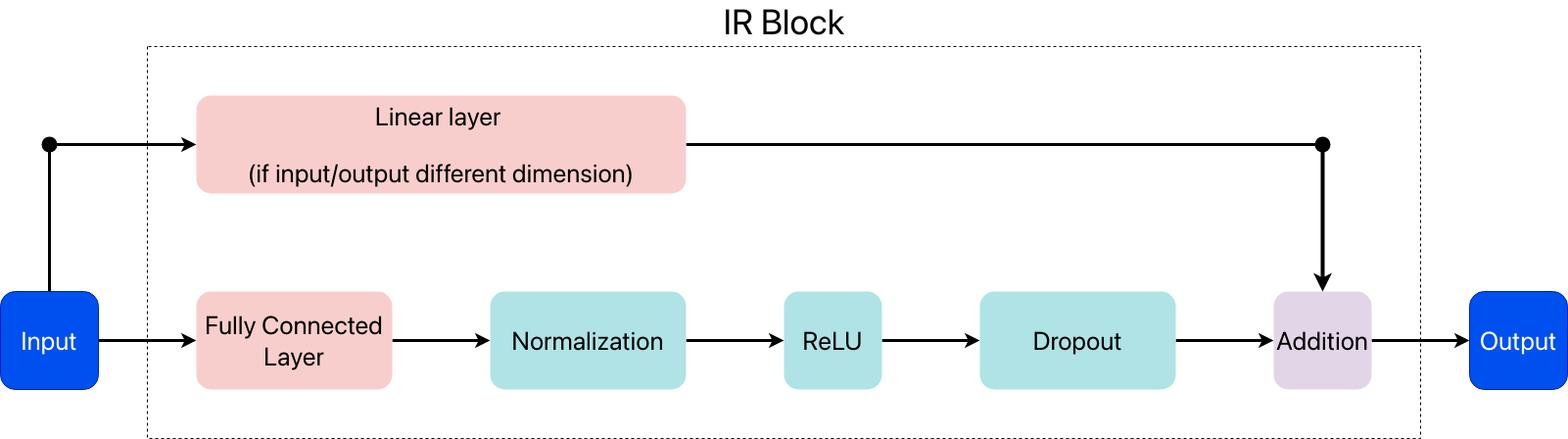
nicholas-miklaucic/ood-materials keeps this draw.io diagram as figs/irnet.png. Above is the earlier version. Source tidied: cells renumbered, new cells last; positions are measured from the earlier drawing's top-left corner, leaving out a move shared by most shapes.
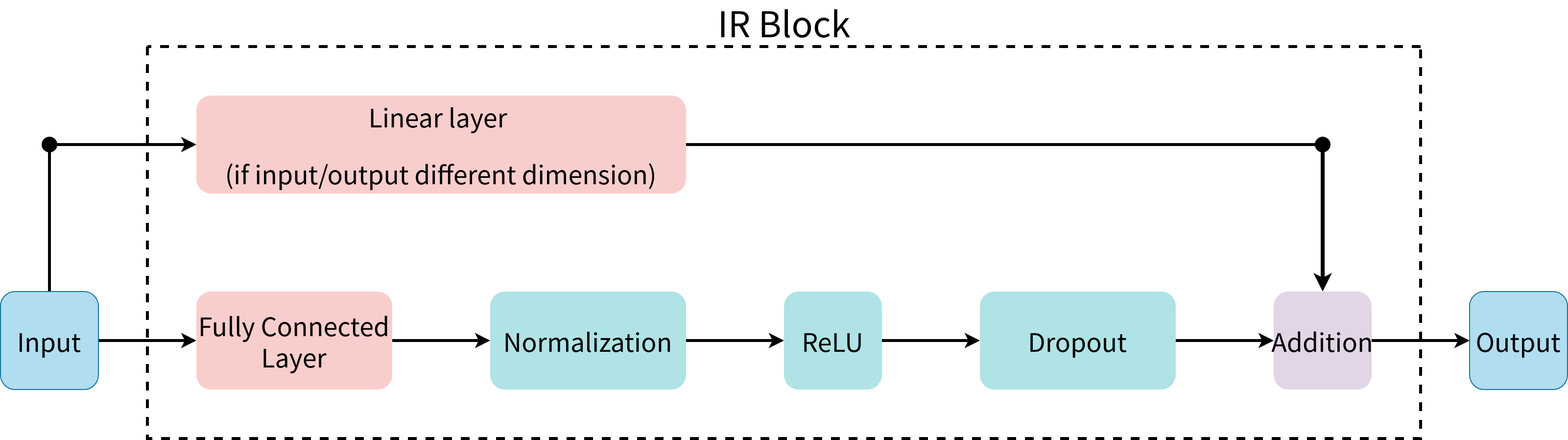
Above is the later version.

Diff of the diagram source:
```diff
@@ -2,67 +2,67 @@
   <root>
     <mxCell id="0" />
     <mxCell id="1" parent="0" />
-    <mxCell id="2" style="edgeStyle=none;html=1;strokeWidth=3;fontFamily=SF Pro Display;fontSize=26;fontStyle=0;" parent="1" edge="1" source="4" target="6">
+    <mxCell id="2" style="edgeStyle=none;html=1;strokeWidth=3;fontFamily=Source Han Sans JP;fontSize=26;fontStyle=0;rounded=1;" parent="1" edge="1" source="4" target="6">
       <mxGeometry relative="1" as="geometry" />
     </mxCell>
-    <mxCell id="3" style="html=1;strokeWidth=3;fontFamily=SF Pro Display;fontSize=26;endArrow=none;endFill=0;fontStyle=0;" parent="1" edge="1" source="4" target="21">
+    <mxCell id="3" style="html=1;strokeWidth=3;fontFamily=Source Han Sans JP;fontSize=26;endArrow=none;endFill=0;fontStyle=0;rounded=1;" parent="1" edge="1" source="4" target="21">
       <mxGeometry relative="1" as="geometry" />
     </mxCell>
-    <mxCell id="4" value="&lt;p style=&quot;font-size: 26px;&quot;&gt;Input&lt;/p&gt;" style="rounded=1;whiteSpace=wrap;html=1;fontSize=26;fillColor=#0050ef;fontColor=#ffffff;strokeColor=#001DBC;fontFamily=SF Pro Display;fontStyle=0;" parent="1" vertex="1">
+    <mxCell id="4" value="&lt;p style=&quot;font-size: 26px;&quot;&gt;Input&lt;/p&gt;" style="rounded=1;whiteSpace=wrap;html=1;fontSize=26;fillColor=#b1ddf0;strokeColor=#10739e;fontFamily=Source Han Sans JP;fontStyle=0;" parent="1" vertex="1">
       <mxGeometry y="250" width="100" height="100" as="geometry" />
     </mxCell>
-    <mxCell id="5" style="edgeStyle=none;html=1;strokeWidth=3;fontFamily=SF Pro Display;fontSize=26;fontStyle=0;" parent="1" edge="1" source="6" target="8">
+    <mxCell id="5" style="edgeStyle=none;html=1;strokeWidth=3;fontFamily=Source Han Sans JP;fontSize=26;fontStyle=0;rounded=1;" parent="1" edge="1" source="6" target="8">
       <mxGeometry relative="1" as="geometry" />
     </mxCell>
-    <mxCell id="6" value="&lt;p style=&quot;font-size: 26px;&quot;&gt;Fully Connected Layer&lt;/p&gt;" style="rounded=1;whiteSpace=wrap;html=1;fontSize=26;fillColor=#f8cecc;strokeColor=none;fontFamily=SF Pro Display;fontStyle=0;" parent="1" vertex="1">
+    <mxCell id="6" value="&lt;p style=&quot;font-size: 26px;&quot;&gt;Fully Connected Layer&lt;/p&gt;" style="rounded=1;whiteSpace=wrap;html=1;fontSize=26;fillColor=#f8cecc;strokeColor=none;fontFamily=Source Han Sans JP;fontStyle=0;" parent="1" vertex="1">
       <mxGeometry x="200" y="250" width="200" height="100" as="geometry" />
     </mxCell>
-    <mxCell id="7" style="edgeStyle=none;html=1;strokeWidth=3;fontFamily=SF Pro Display;fontSize=26;fontStyle=0;" parent="1" edge="1" source="8" target="10">
+    <mxCell id="7" style="edgeStyle=none;html=1;strokeWidth=3;fontFamily=Source Han Sans JP;fontSize=26;fontStyle=0;rounded=1;" parent="1" edge="1" source="8" target="10">
       <mxGeometry relative="1" as="geometry" />
     </mxCell>
-    <mxCell id="8" value="&lt;p style=&quot;font-size: 26px;&quot;&gt;Normalization&lt;/p&gt;" style="rounded=1;whiteSpace=wrap;html=1;fontSize=26;fillColor=#b0e3e6;strokeColor=none;fontFamily=SF Pro Display;fontStyle=0;" parent="1" vertex="1">
+    <mxCell id="8" value="&lt;p style=&quot;font-size: 26px;&quot;&gt;Normalization&lt;/p&gt;" style="rounded=1;whiteSpace=wrap;html=1;fontSize=26;fillColor=#b0e3e6;strokeColor=none;fontFamily=Source Han Sans JP;fontStyle=0;" parent="1" vertex="1">
       <mxGeometry x="500" y="250" width="200" height="100" as="geometry" />
     </mxCell>
-    <mxCell id="9" style="edgeStyle=none;html=1;strokeWidth=3;fontFamily=SF Pro Display;fontSize=26;fontStyle=0;" parent="1" edge="1" source="10" target="13">
+    <mxCell id="9" style="edgeStyle=none;html=1;strokeWidth=3;fontFamily=Source Han Sans JP;fontSize=26;fontStyle=0;rounded=1;" parent="1" edge="1" source="10" target="13">
       <mxGeometry relative="1" as="geometry" />
     </mxCell>
-    <mxCell id="10" value="&lt;p style=&quot;font-size: 26px;&quot;&gt;ReLU&lt;/p&gt;" style="rounded=1;whiteSpace=wrap;html=1;fontSize=26;fillColor=#b0e3e6;strokeColor=none;fontFamily=SF Pro Display;fontStyle=0;" parent="1" vertex="1">
+    <mxCell id="10" value="&lt;p style=&quot;font-size: 26px;&quot;&gt;ReLU&lt;/p&gt;" style="rounded=1;whiteSpace=wrap;html=1;fontSize=26;fillColor=#b0e3e6;strokeColor=none;fontFamily=Source Han Sans JP;fontStyle=0;" parent="1" vertex="1">
       <mxGeometry x="800" y="250" width="100" height="100" as="geometry" />
     </mxCell>
-    <mxCell id="11" value="&lt;p style=&quot;font-size: 26px;&quot;&gt;Output&lt;/p&gt;" style="rounded=1;whiteSpace=wrap;html=1;fontSize=26;fillColor=#0050ef;fontColor=#ffffff;strokeColor=#001DBC;fontFamily=SF Pro Display;fontStyle=0;" parent="1" vertex="1">
+    <mxCell id="11" value="&lt;p style=&quot;font-size: 26px;&quot;&gt;Output&lt;/p&gt;" style="rounded=1;whiteSpace=wrap;html=1;fontSize=26;fillColor=#b1ddf0;strokeColor=#10739e;fontFamily=Source Han Sans JP;fontStyle=0;" parent="1" vertex="1">
       <mxGeometry x="1500" y="250" width="100" height="100" as="geometry" />
     </mxCell>
-    <mxCell id="12" style="edgeStyle=none;html=1;strokeWidth=3;fontFamily=SF Pro Display;fontSize=26;fontStyle=0;" parent="1" edge="1" source="13" target="15">
+    <mxCell id="12" style="edgeStyle=none;html=1;strokeWidth=3;fontFamily=Source Han Sans JP;fontSize=26;fontStyle=0;rounded=1;" parent="1" edge="1" source="13" target="15">
       <mxGeometry relative="1" as="geometry" />
     </mxCell>
-    <mxCell id="13" value="&lt;p style=&quot;font-size: 26px;&quot;&gt;Dropout&lt;/p&gt;" style="rounded=1;whiteSpace=wrap;html=1;fontSize=26;fillColor=#b0e3e6;strokeColor=none;fontFamily=SF Pro Display;fontStyle=0;" parent="1" vertex="1">
+    <mxCell id="13" value="&lt;p style=&quot;font-size: 26px;&quot;&gt;Dropout&lt;/p&gt;" style="rounded=1;whiteSpace=wrap;html=1;fontSize=26;fillColor=#b0e3e6;strokeColor=none;fontFamily=Source Han Sans JP;fontStyle=0;" parent="1" vertex="1">
       <mxGeometry x="1000" y="250" width="200" height="100" as="geometry" />
     </mxCell>
-    <mxCell id="14" style="edgeStyle=none;html=1;strokeWidth=3;fontFamily=SF Pro Display;fontSize=26;fontStyle=0;" parent="1" edge="1" source="15" target="11">
+    <mxCell id="14" style="edgeStyle=none;html=1;strokeWidth=3;fontFamily=Source Han Sans JP;fontSize=26;fontStyle=0;rounded=1;" parent="1" edge="1" source="15" target="11">
       <mxGeometry relative="1" as="geometry" />
     </mxCell>
-    <mxCell id="15" value="&lt;p style=&quot;font-size: 26px;&quot;&gt;Addition&lt;/p&gt;" style="rounded=1;whiteSpace=wrap;html=1;fontSize=26;fillColor=#e1d5e7;strokeColor=none;fontFamily=SF Pro Display;fontStyle=0;" parent="1" vertex="1">
+    <mxCell id="15" value="&lt;p style=&quot;font-size: 26px;&quot;&gt;Addition&lt;/p&gt;" style="rounded=1;whiteSpace=wrap;html=1;fontSize=26;fillColor=#e1d5e7;strokeColor=none;fontFamily=Source Han Sans JP;fontStyle=0;" parent="1" vertex="1">
       <mxGeometry x="1300" y="250" width="100" height="100" as="geometry" />
     </mxCell>
-    <mxCell id="16" style="edgeStyle=none;html=1;strokeWidth=3;fontFamily=SF Pro Display;fontSize=26;endArrow=none;endFill=0;fontStyle=0;" parent="1" edge="1" source="17" target="19">
+    <mxCell id="16" style="edgeStyle=none;html=1;strokeWidth=3;fontFamily=Source Han Sans JP;fontSize=26;endArrow=none;endFill=0;fontStyle=0;rounded=1;" parent="1" edge="1" source="17" target="19">
       <mxGeometry relative="1" as="geometry" />
     </mxCell>
-    <mxCell id="17" value="&lt;p style=&quot;font-size: 26px;&quot;&gt;Linear layer&amp;nbsp;&lt;/p&gt;&lt;p style=&quot;font-size: 26px;&quot;&gt;(if input/output different dimension)&lt;/p&gt;" style="rounded=1;whiteSpace=wrap;html=1;fontSize=26;fillColor=#f8cecc;strokeColor=none;fontFamily=SF Pro Display;fontStyle=0;" parent="1" vertex="1">
+    <mxCell id="17" value="&lt;p style=&quot;font-size: 26px;&quot;&gt;Linear layer&amp;nbsp;&lt;/p&gt;&lt;p style=&quot;font-size: 26px;&quot;&gt;(if input/output different dimension)&lt;/p&gt;" style="rounded=1;whiteSpace=wrap;html=1;fontSize=26;fillColor=#f8cecc;strokeColor=none;fontFamily=Source Han Sans JP;fontStyle=0;" parent="1" vertex="1">
       <mxGeometry x="200" y="50" width="500" height="100" as="geometry" />
     </mxCell>
-    <mxCell id="18" style="edgeStyle=none;html=1;entryX=0.5;entryY=0;entryDx=0;entryDy=0;strokeWidth=4;fontFamily=SF Pro Display;fontSize=26;fontStyle=0;" parent="1" edge="1" source="19" target="15">
+    <mxCell id="18" style="edgeStyle=none;html=1;entryX=0.5;entryY=0;entryDx=0;entryDy=0;strokeWidth=4;fontFamily=Source Han Sans JP;fontSize=26;fontStyle=0;rounded=1;" parent="1" edge="1" source="19" target="15">
       <mxGeometry relative="1" as="geometry" />
     </mxCell>
-    <mxCell id="19" style="shape=waypoint;sketch=0;size=6;points=[];fillColor=default;perimeter=centerPerimeter;snapToPoint=1;fontSize=26;rounded=1;strokeWidth=6;fontFamily=SF Pro Display;fontStyle=0;" parent="1" vertex="1">
+    <mxCell id="19" style="shape=waypoint;sketch=0;size=6;points=[];fillColor=default;perimeter=centerPerimeter;snapToPoint=1;fontSize=26;rounded=1;strokeWidth=6;fontFamily=Source Han Sans JP;fontStyle=0;" parent="1" vertex="1">
       <mxGeometry x="1340" y="90" width="20" height="20" as="geometry" />
     </mxCell>
-    <mxCell id="20" style="edgeStyle=none;html=1;entryX=0;entryY=0.5;entryDx=0;entryDy=0;strokeWidth=3;fontFamily=SF Pro Display;fontSize=26;endArrow=classic;endFill=1;startArrow=none;startFill=0;fontStyle=0;" parent="1" edge="1" source="21" target="17">
+    <mxCell id="20" style="edgeStyle=none;html=1;entryX=0;entryY=0.5;entryDx=0;entryDy=0;strokeWidth=3;fontFamily=Source Han Sans JP;fontSize=26;endArrow=classic;endFill=1;startArrow=none;startFill=0;fontStyle=0;rounded=1;" parent="1" edge="1" source="21" target="17">
       <mxGeometry relative="1" as="geometry" />
     </mxCell>
-    <mxCell id="21" style="shape=waypoint;sketch=0;size=6;points=[];fillColor=default;perimeter=centerPerimeter;snapToPoint=1;fontSize=26;rounded=1;strokeWidth=6;fontFamily=SF Pro Display;fontStyle=0;" parent="1" vertex="1">
+    <mxCell id="21" style="shape=waypoint;sketch=0;size=6;points=[];fillColor=default;perimeter=centerPerimeter;snapToPoint=1;fontSize=26;rounded=1;strokeWidth=6;fontFamily=Source Han Sans JP;fontStyle=0;" parent="1" vertex="1">
       <mxGeometry x="40" y="90" width="20" height="20" as="geometry" />
     </mxCell>
-    <mxCell id="22" value="IR Block" style="swimlane;startSize=0;strokeWidth=1;fontFamily=SF Pro Display;fontSize=36;dashed=1;fontStyle=0;labelBackgroundColor=none;verticalAlign=bottom;spacingBottom=1;spacingTop=5;labelPosition=center;verticalLabelPosition=top;align=center;html=1;rounded=1;" parent="1" vertex="1">
+    <mxCell id="22" value="IR Block" style="swimlane;startSize=0;strokeWidth=3;fontFamily=Source Han Sans JP;fontSize=36;dashed=1;fontStyle=0;labelBackgroundColor=none;verticalAlign=bottom;spacingBottom=1;spacingTop=5;labelPosition=center;verticalLabelPosition=top;align=center;html=1;rounded=1;" parent="1" vertex="1">
       <mxGeometry x="150" width="1300" height="400" as="geometry" />
     </mxCell>
   </root>
```
